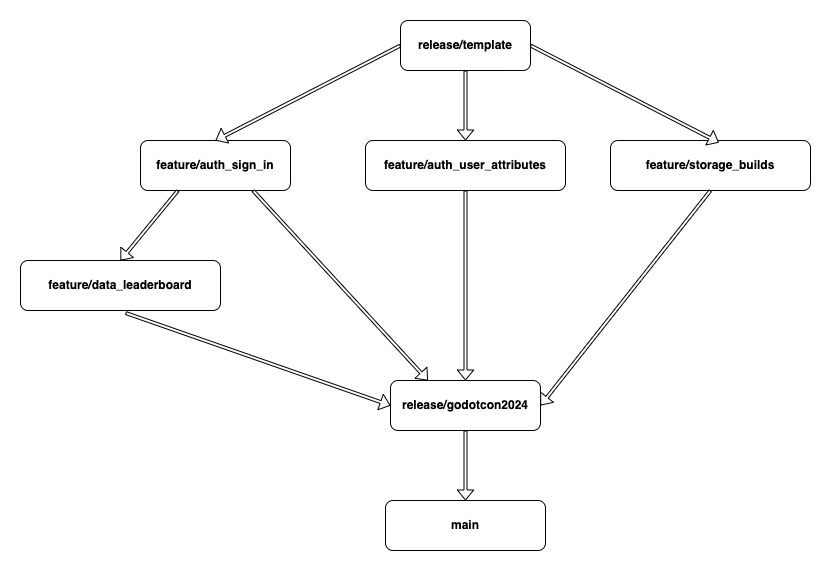
The draw.io diagram branches.drawio.png in patweb99/amplify-godot-engine-sample, before a commit. Source tidied: cells renumbered, new cells last; positions are measured from the earlier drawing's top-left corner, leaving out a move shared by most shapes.
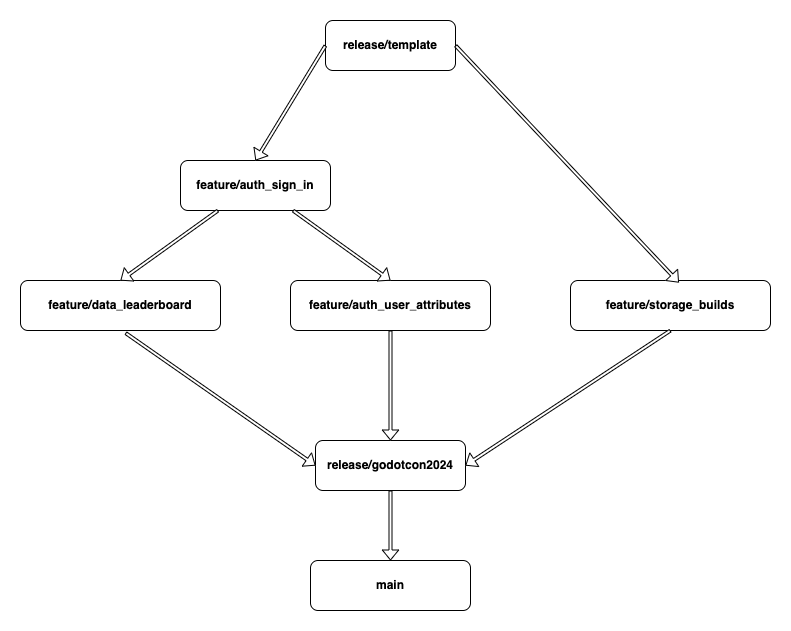
The same file after the commit.

Commit message:
Update branches diagram

What changed in the source:
```diff
@@ -3,25 +3,25 @@
     <mxCell id="0" />
     <mxCell id="1" parent="0" />
     <mxCell id="2" value="&lt;b&gt;release/template&lt;/b&gt;" style="rounded=1;whiteSpace=wrap;html=1;" parent="1" vertex="1">
-      <mxGeometry x="380" width="130" height="50" as="geometry" />
+      <mxGeometry x="305" y="-20" width="130" height="50" as="geometry" />
     </mxCell>
     <mxCell id="3" value="&lt;b&gt;feature/auth_sign_in&lt;br&gt;&lt;/b&gt;" style="rounded=1;whiteSpace=wrap;html=1;" parent="1" vertex="1">
-      <mxGeometry x="120" y="120" width="150" height="50" as="geometry" />
+      <mxGeometry x="160" y="120" width="150" height="50" as="geometry" />
     </mxCell>
     <mxCell id="4" value="&lt;b&gt;feature/auth_user_attributes&lt;br&gt;&lt;/b&gt;" style="rounded=1;whiteSpace=wrap;html=1;" parent="1" vertex="1">
-      <mxGeometry x="345" y="120" width="200" height="50" as="geometry" />
+      <mxGeometry x="270" y="240" width="200" height="50" as="geometry" />
     </mxCell>
     <mxCell id="5" value="&lt;b&gt;feature/data_leaderboard&lt;br&gt;&lt;/b&gt;" style="rounded=1;whiteSpace=wrap;html=1;" parent="1" vertex="1">
       <mxGeometry y="240" width="200" height="50" as="geometry" />
     </mxCell>
     <mxCell id="6" value="&lt;b&gt;feature/storage_builds&lt;br&gt;&lt;/b&gt;" style="rounded=1;whiteSpace=wrap;html=1;" parent="1" vertex="1">
-      <mxGeometry x="590" y="120" width="200" height="50" as="geometry" />
+      <mxGeometry x="550" y="240" width="200" height="50" as="geometry" />
     </mxCell>
     <mxCell id="7" value="&lt;b&gt;release/godotcon2024&lt;/b&gt;" style="rounded=1;whiteSpace=wrap;html=1;" parent="1" vertex="1">
-      <mxGeometry x="370" y="360" width="150" height="50" as="geometry" />
+      <mxGeometry x="295" y="400" width="150" height="50" as="geometry" />
     </mxCell>
     <mxCell id="8" value="&lt;b&gt;main&lt;/b&gt;" style="rounded=1;whiteSpace=wrap;html=1;" parent="1" vertex="1">
-      <mxGeometry x="365" y="480" width="160" height="50" as="geometry" />
+      <mxGeometry x="290" y="520" width="160" height="50" as="geometry" />
     </mxCell>
     <mxCell id="9" style="shape=flexArrow;endArrow=block;html=1;rounded=0;exitX=0;exitY=0.5;exitDx=0;exitDy=0;entryX=0.5;entryY=0;entryDx=0;entryDy=0;endWidth=12.359550561797752;endSize=3;startSize=3;width=3;fillColor=#FFFFFF;" parent="1" edge="1" source="2" target="3">
       <mxGeometry relative="1" as="geometry" />
@@ -29,7 +29,7 @@
     <mxCell id="10" style="shape=flexArrow;endArrow=block;html=1;rounded=0;exitX=0.25;exitY=1;exitDx=0;exitDy=0;entryX=0.5;entryY=0;entryDx=0;entryDy=0;endWidth=12.359550561797752;endSize=3;startSize=3;width=3;fillColor=#FFFFFF;" parent="1" edge="1" source="3" target="5">
       <mxGeometry relative="1" as="geometry" />
     </mxCell>
-    <mxCell id="11" style="shape=flexArrow;endArrow=block;html=1;rounded=0;exitX=0.75;exitY=1;exitDx=0;exitDy=0;entryX=0.25;entryY=0;entryDx=0;entryDy=0;endWidth=12.359550561797752;endSize=3;startSize=3;width=3;fillColor=#FFFFFF;" parent="1" edge="1" source="3" target="7">
+    <mxCell id="11" style="shape=flexArrow;endArrow=block;html=1;rounded=0;exitX=0.75;exitY=1;exitDx=0;exitDy=0;entryX=0.5;entryY=0;entryDx=0;entryDy=0;endWidth=12.359550561797752;endSize=3;startSize=3;width=3;fillColor=#FFFFFF;" parent="1" edge="1" source="3" target="4">
       <mxGeometry relative="1" as="geometry" />
     </mxCell>
     <mxCell id="12" style="shape=flexArrow;endArrow=block;html=1;rounded=0;exitX=0.525;exitY=1.049;exitDx=0;exitDy=0;entryX=0;entryY=0.5;entryDx=0;entryDy=0;endWidth=12.359550561797752;endSize=3;startSize=3;width=3;fillColor=#FFFFFF;exitPerimeter=0;" parent="1" edge="1" source="5" target="7">
@@ -41,9 +41,6 @@
     <mxCell id="14" style="shape=flexArrow;endArrow=block;html=1;rounded=0;exitX=0.5;exitY=1;exitDx=0;exitDy=0;entryX=0.5;entryY=0;entryDx=0;entryDy=0;endWidth=12.359550561797752;endSize=3;startSize=3;width=3;fillColor=#FFFFFF;" parent="1" edge="1" source="4" target="7">
       <mxGeometry relative="1" as="geometry" />
     </mxCell>
-    <mxCell id="15" style="shape=flexArrow;endArrow=block;html=1;rounded=0;exitX=0.5;exitY=1;exitDx=0;exitDy=0;endWidth=12.359550561797752;endSize=3;startSize=3;width=3;fillColor=#FFFFFF;" parent="1" edge="1" source="2" target="4">
-      <mxGeometry relative="1" as="geometry" />
-    </mxCell>
     <mxCell id="16" style="shape=flexArrow;endArrow=block;html=1;rounded=0;exitX=1;exitY=0.5;exitDx=0;exitDy=0;entryX=0.542;entryY=0.041;entryDx=0;entryDy=0;endWidth=12.359550561797752;endSize=3;startSize=3;width=3;fillColor=#FFFFFF;entryPerimeter=0;" parent="1" edge="1" source="2" target="6">
       <mxGeometry relative="1" as="geometry" />
     </mxCell>
```
